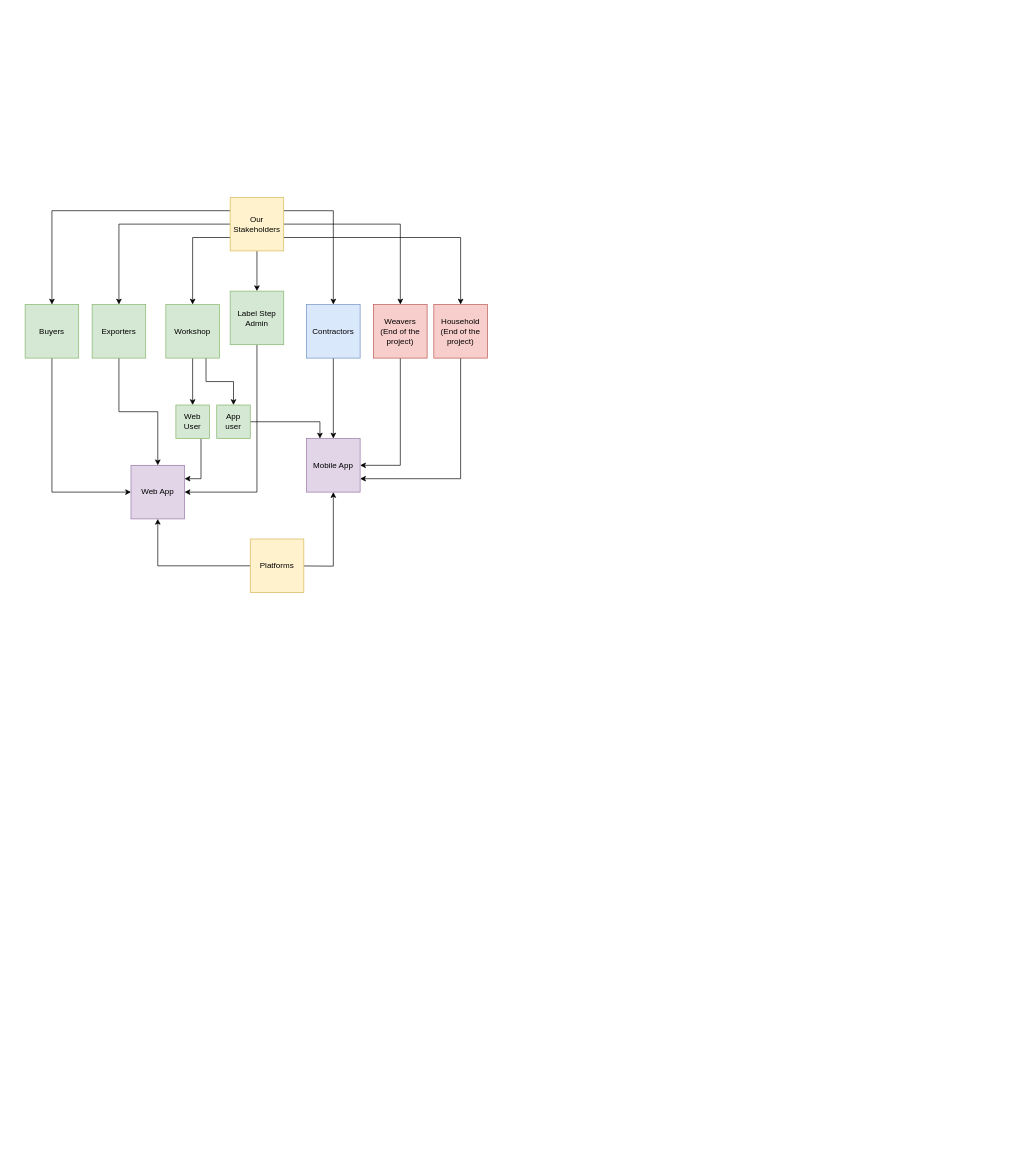
Earlier version of the draw.io diagram Untitled Diagram.drawio (SurajMazar/docker-files). Source tidied: cells renumbered, new cells numbered last; positions are measured from the earlier drawing's top-left corner, leaving out a move shared by most shapes. Both pictures are drawn from the tidied source at 67%, with x=0, y=0 at pixel (25, 197).
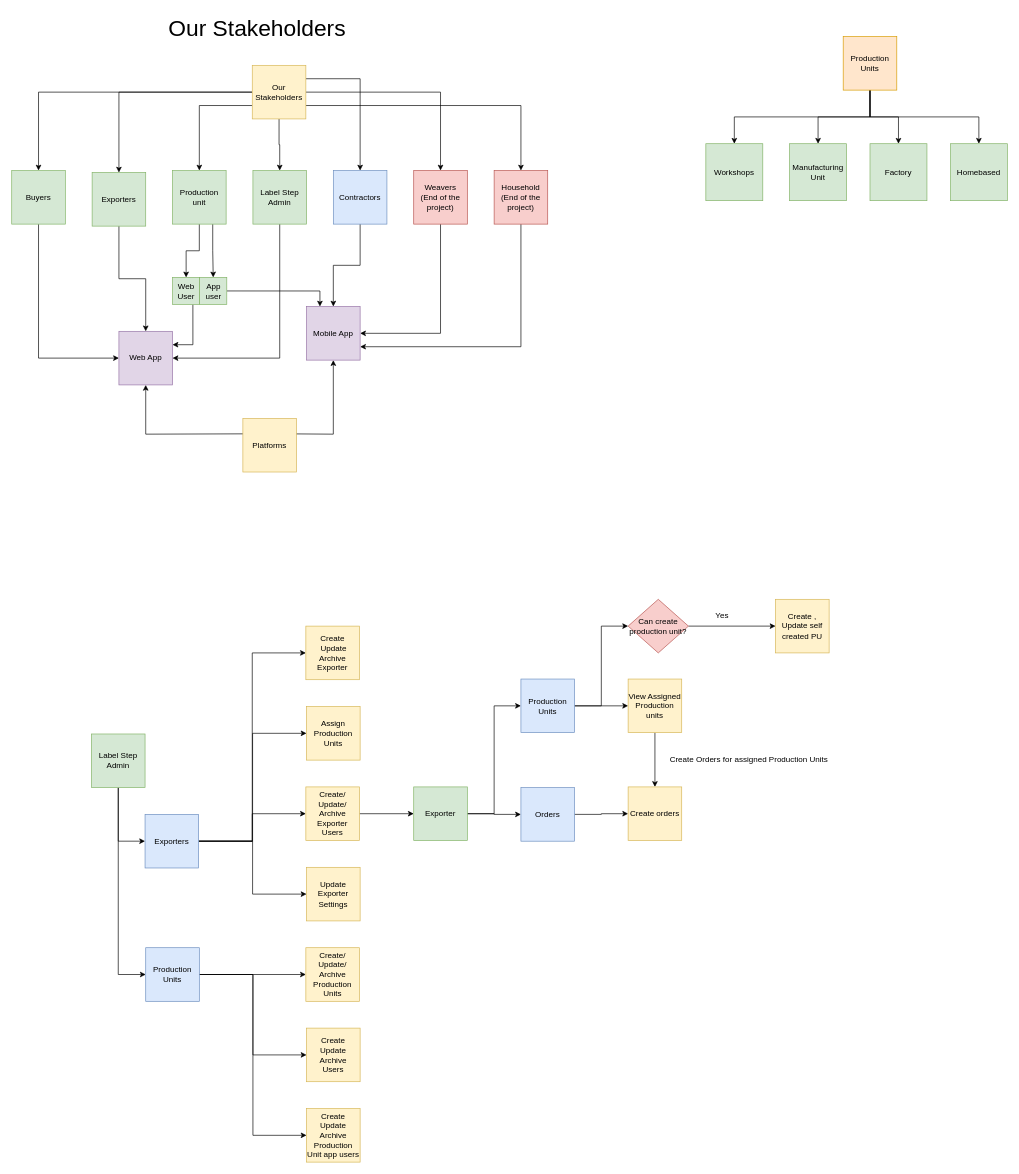
The same page after the edit.

What changed in the source:
```diff
@@
-    <mxCell id="8" style="edgeStyle=orthogonalEdgeStyle;rounded=0;jettySize=auto;html=1;exitX=0;exitY=0.25;exitDx=0;exitDy=0;entryX=0.5;entryY=0;entryDx=0;entryDy=0;" parent="1" edge="1" source="9" target="11">
+    <mxCell id="8" style="edgeStyle=orthogonalEdgeStyle;rounded=0;jettySize=auto;html=1;exitX=0;exitY=0.5;exitDx=0;exitDy=0;entryX=0.5;entryY=0;entryDx=0;entryDy=0;" parent="1" edge="1" source="9" target="11">
       <mxGeometry relative="1" as="geometry" />
     </mxCell>
     <mxCell id="9" value="Our Stakeholders" style="whiteSpace=wrap;html=1;fillColor=#fff2cc;strokeColor=#d6b656;" parent="1" vertex="1">
-      <mxGeometry x="306" width="80" height="80" as="geometry" />
+      <mxGeometry x="339" y="-197" width="80" height="80" as="geometry" />
     </mxCell>
@@
     <mxCell id="11" value="Buyers" style="whiteSpace=wrap;html=1;fillColor=#d5e8d4;strokeColor=#82b366;" parent="1" vertex="1">
-      <mxGeometry y="160" width="80" height="80" as="geometry" />
+      <mxGeometry x="-20" y="-40" width="80" height="80" as="geometry" />
     </mxCell>
@@
     <mxCell id="13" value="Exporters" style="whiteSpace=wrap;html=1;fillColor=#d5e8d4;strokeColor=#82b366;" parent="1" vertex="1">
-      <mxGeometry x="100" y="160" width="80" height="80" as="geometry" />
+      <mxGeometry x="100" y="-37" width="80" height="80" as="geometry" />
     </mxCell>
@@
-    <mxCell id="16" value="Workshop" style="whiteSpace=wrap;html=1;fillColor=#d5e8d4;strokeColor=#82b366;" parent="1" vertex="1">
-      <mxGeometry x="210" y="160" width="80" height="80" as="geometry" />
+    <mxCell id="16" value="Production unit " style="whiteSpace=wrap;html=1;fillColor=#d5e8d4;strokeColor=#82b366;" parent="1" vertex="1">
+      <mxGeometry x="220" y="-40" width="80" height="80" as="geometry" />
     </mxCell>
@@
     <mxCell id="18" value="&lt;div&gt;Weavers&lt;/div&gt;(End of the project)" style="whiteSpace=wrap;html=1;fillColor=#f8cecc;strokeColor=#b85450;" parent="1" vertex="1">
-      <mxGeometry x="520" y="160" width="80" height="80" as="geometry" />
+      <mxGeometry x="580" y="-40" width="80" height="80" as="geometry" />
     </mxCell>
@@
     <mxCell id="20" value="Label Step Admin" style="whiteSpace=wrap;html=1;fillColor=#d5e8d4;strokeColor=#82b366;" parent="1" vertex="1">
-      <mxGeometry x="306" y="140" width="80" height="80" as="geometry" />
+      <mxGeometry x="340" y="-40" width="80" height="80" as="geometry" />
     </mxCell>
@@
     <mxCell id="22" value="Contractors" style="whiteSpace=wrap;html=1;fillColor=#dae8fc;strokeColor=#6c8ebf;" parent="1" vertex="1">
-      <mxGeometry x="420" y="160" width="80" height="80" as="geometry" />
+      <mxGeometry x="460" y="-40" width="80" height="80" as="geometry" />
     </mxCell>
@@
     <mxCell id="24" value="&lt;div&gt;Household&lt;/div&gt;(End of the project)" style="whiteSpace=wrap;html=1;fillColor=#f8cecc;strokeColor=#b85450;" parent="1" vertex="1">
-      <mxGeometry x="610" y="160" width="80" height="80" as="geometry" />
+      <mxGeometry x="700" y="-40" width="80" height="80" as="geometry" />
     </mxCell>
     <mxCell id="25" style="edgeStyle=orthogonalEdgeStyle;rounded=0;jettySize=auto;html=1;exitX=1;exitY=0.5;exitDx=0;exitDy=0;" parent="1" edge="1" target="29">
       <mxGeometry relative="1" as="geometry">
-        <mxPoint x="386" y="550" as="sourcePoint" />
+        <mxPoint x="386" y="353" as="sourcePoint" />
       </mxGeometry>
     </mxCell>
-    <mxCell id="26" style="edgeStyle=orthogonalEdgeStyle;rounded=0;jettySize=auto;html=1;exitX=0;exitY=0.5;exitDx=0;exitDy=0;" parent="1" edge="1" source="27" target="28">
-      <mxGeometry relative="1" as="geometry" />
+    <mxCell id="26" style="edgeStyle=orthogonalEdgeStyle;rounded=0;jettySize=auto;html=1;exitX=0;exitY=0.5;exitDx=0;exitDy=0;" parent="1" edge="1" target="28">
+      <mxGeometry relative="1" as="geometry">
+        <mxPoint x="336" y="353" as="sourcePoint" />
+      </mxGeometry>
     </mxCell>
     <mxCell id="27" value="Platforms" style="whiteSpace=wrap;html=1;fillColor=#fff2cc;strokeColor=#d6b656;" parent="1" vertex="1">
-      <mxGeometry x="336" y="510" width="80" height="80" as="geometry" />
+      <mxGeometry x="325" y="330" width="80" height="80" as="geometry" />
     </mxCell>
     <mxCell id="28" value="Web App" style="whiteSpace=wrap;html=1;fillColor=#e1d5e7;strokeColor=#9673a6;" parent="1" vertex="1">
-      <mxGeometry x="158" y="400" width="80" height="80" as="geometry" />
+      <mxGeometry x="140" y="200" width="80" height="80" as="geometry" />
     </mxCell>
     <mxCell id="29" value="Mobile App" style="whiteSpace=wrap;html=1;fillColor=#e1d5e7;strokeColor=#9673a6;" parent="1" vertex="1">
-      <mxGeometry x="420" y="360" width="80" height="80" as="geometry" />
+      <mxGeometry x="420" y="163" width="80" height="80" as="geometry" />
     </mxCell>
@@
     <mxCell id="31" value="Web User" style="whiteSpace=wrap;html=1;fillColor=#d5e8d4;strokeColor=#82b366;" parent="1" vertex="1">
-      <mxGeometry x="225" y="310" width="50" height="50" as="geometry" />
+      <mxGeometry x="220" y="119.5" width="40.5" height="40.5" as="geometry" />
     </mxCell>
@@
     <mxCell id="33" value="&lt;div&gt;App &lt;br&gt;&lt;/div&gt;&lt;div&gt;user&lt;/div&gt;" style="whiteSpace=wrap;html=1;fillColor=#d5e8d4;strokeColor=#82b366;" parent="1" vertex="1">
-      <mxGeometry x="286" y="310" width="50" height="50" as="geometry" />
+      <mxGeometry x="260.5" y="119.5" width="40.5" height="40.5" as="geometry" />
     </mxCell>
+    <mxCell id="34" style="edgeStyle=orthogonalEdgeStyle;rounded=0;jettySize=auto;html=1;exitX=0.5;exitY=1;exitDx=0;exitDy=0;entryX=0;entryY=0.5;entryDx=0;entryDy=0;" parent="1" edge="1" source="36" target="41">
+      <mxGeometry relative="1" as="geometry" />
+    </mxCell>
+    <mxCell id="35" style="edgeStyle=orthogonalEdgeStyle;rounded=0;jettySize=auto;html=1;exitX=0.5;exitY=1;exitDx=0;exitDy=0;entryX=0;entryY=0.5;entryDx=0;entryDy=0;" parent="1" edge="1" source="36" target="45">
+      <mxGeometry relative="1" as="geometry" />
+    </mxCell>
+    <mxCell id="36" value="Label Step Admin" style="whiteSpace=wrap;html=1;fillColor=#d5e8d4;strokeColor=#82b366;" parent="1" vertex="1">
+      <mxGeometry x="99" y="801" width="80" height="80" as="geometry" />
+    </mxCell>
+    <mxCell id="37" style="edgeStyle=orthogonalEdgeStyle;rounded=0;jettySize=auto;html=1;entryX=0;entryY=0.5;entryDx=0;entryDy=0;" parent="1" edge="1" source="41" target="46">
+      <mxGeometry relative="1" as="geometry" />
+    </mxCell>
+    <mxCell id="38" style="edgeStyle=orthogonalEdgeStyle;rounded=0;jettySize=auto;html=1;exitX=1;exitY=0.5;exitDx=0;exitDy=0;entryX=0;entryY=0.5;entryDx=0;entryDy=0;" parent="1" edge="1" source="41" target="47">
+      <mxGeometry relative="1" as="geometry" />
+    </mxCell>
+    <mxCell id="39" style="edgeStyle=orthogonalEdgeStyle;rounded=0;jettySize=auto;html=1;exitX=1;exitY=0.5;exitDx=0;exitDy=0;" parent="1" edge="1" source="41" target="49">
+      <mxGeometry relative="1" as="geometry" />
+    </mxCell>
+    <mxCell id="40" style="edgeStyle=orthogonalEdgeStyle;rounded=0;jettySize=auto;html=1;exitX=1;exitY=0.5;exitDx=0;exitDy=0;" parent="1" edge="1" source="41" target="59">
+      <mxGeometry relative="1" as="geometry" />
+    </mxCell>
+    <mxCell id="41" value="Exporters" style="whiteSpace=wrap;html=1;fillColor=#dae8fc;strokeColor=#6c8ebf;" parent="1" vertex="1">
+      <mxGeometry x="179" y="921" width="80" height="80" as="geometry" />
+    </mxCell>
+    <mxCell id="42" style="edgeStyle=orthogonalEdgeStyle;rounded=0;jettySize=auto;html=1;exitX=1;exitY=0.5;exitDx=0;exitDy=0;entryX=0;entryY=0.5;entryDx=0;entryDy=0;" parent="1" edge="1" source="45" target="50">
+      <mxGeometry relative="1" as="geometry" />
+    </mxCell>
+    <mxCell id="43" style="edgeStyle=orthogonalEdgeStyle;rounded=0;jettySize=auto;html=1;exitX=1;exitY=0.5;exitDx=0;exitDy=0;entryX=0;entryY=0.5;entryDx=0;entryDy=0;" parent="1" edge="1" source="45" target="51">
+      <mxGeometry relative="1" as="geometry" />
+    </mxCell>
+    <mxCell id="44" style="edgeStyle=orthogonalEdgeStyle;rounded=0;jettySize=auto;html=1;exitX=1;exitY=0.5;exitDx=0;exitDy=0;entryX=0;entryY=0.5;entryDx=0;entryDy=0;" parent="1" edge="1" source="45" target="52">
+      <mxGeometry relative="1" as="geometry" />
+    </mxCell>
+    <mxCell id="45" value="Production Units" style="whiteSpace=wrap;html=1;fillColor=#dae8fc;strokeColor=#6c8ebf;" parent="1" vertex="1">
+      <mxGeometry x="180" y="1120" width="80" height="80" as="geometry" />
+    </mxCell>
+    <mxCell id="46" value="&lt;div&gt;Create&lt;/div&gt;&lt;div&gt;&amp;nbsp;Update&lt;/div&gt;&lt;div&gt;Archive Exporter&lt;/div&gt;" style="whiteSpace=wrap;html=1;fillColor=#fff2cc;strokeColor=#d6b656;" parent="1" vertex="1">
+      <mxGeometry x="419" y="640" width="80" height="80" as="geometry" />
+    </mxCell>
+    <mxCell id="47" value="Assign Production Units" style="whiteSpace=wrap;html=1;fillColor=#fff2cc;strokeColor=#d6b656;" parent="1" vertex="1">
+      <mxGeometry x="420" y="760" width="80" height="80" as="geometry" />
+    </mxCell>
+    <mxCell id="48" style="edgeStyle=orthogonalEdgeStyle;rounded=0;jettySize=auto;html=1;exitX=1;exitY=0.5;exitDx=0;exitDy=0;entryX=0;entryY=0.5;entryDx=0;entryDy=0;" parent="1" edge="1" source="49" target="55">
+      <mxGeometry relative="1" as="geometry" />
+    </mxCell>
+    <mxCell id="49" value="Create/ Update/ Archive Exporter Users" style="whiteSpace=wrap;html=1;fillColor=#fff2cc;strokeColor=#d6b656;" parent="1" vertex="1">
+      <mxGeometry x="419" y="880" width="80" height="80" as="geometry" />
+    </mxCell>
+    <mxCell id="50" value="Create/ Update/ Archive Production Units" style="whiteSpace=wrap;html=1;fillColor=#fff2cc;strokeColor=#d6b656;" parent="1" vertex="1">
+      <mxGeometry x="419" y="1120" width="80" height="80" as="geometry" />
+    </mxCell>
+    <mxCell id="51" value="&lt;div&gt;Create&lt;/div&gt;&lt;div&gt;Update&lt;/div&gt;&lt;div&gt;Archive&lt;/div&gt;&lt;div&gt;Users&lt;br&gt;&lt;/div&gt;" style="whiteSpace=wrap;html=1;fillColor=#fff2cc;strokeColor=#d6b656;" parent="1" vertex="1">
+      <mxGeometry x="420" y="1240" width="80" height="80" as="geometry" />
+    </mxCell>
+    <mxCell id="52" value="&lt;div&gt;Create&lt;/div&gt;&lt;div&gt;Update&lt;/div&gt;&lt;div&gt;Archive&lt;/div&gt;&lt;div&gt;Production Unit app users&lt;br&gt;&lt;/div&gt;" style="whiteSpace=wrap;html=1;fillColor=#fff2cc;strokeColor=#d6b656;" parent="1" vertex="1">
+      <mxGeometry x="420" y="1360" width="80" height="80" as="geometry" />
+    </mxCell>
+    <mxCell id="53" style="edgeStyle=orthogonalEdgeStyle;rounded=0;jettySize=auto;html=1;exitX=1;exitY=0.5;exitDx=0;exitDy=0;entryX=0;entryY=0.5;entryDx=0;entryDy=0;" parent="1" edge="1" source="55" target="58">
+      <mxGeometry relative="1" as="geometry" />
+    </mxCell>
+    <mxCell id="54" style="edgeStyle=orthogonalEdgeStyle;rounded=0;jettySize=auto;html=1;exitX=1;exitY=0.5;exitDx=0;exitDy=0;entryX=0;entryY=0.5;entryDx=0;entryDy=0;" parent="1" edge="1" source="55" target="77">
+      <mxGeometry relative="1" as="geometry" />
+    </mxCell>
+    <mxCell id="55" value="Exporter" style="whiteSpace=wrap;html=1;fillColor=#d5e8d4;strokeColor=#82b366;" parent="1" vertex="1">
+      <mxGeometry x="580" y="880" width="80" height="80" as="geometry" />
+    </mxCell>
+    <mxCell id="56" style="edgeStyle=orthogonalEdgeStyle;rounded=0;jettySize=auto;html=1;exitX=1;exitY=0.5;exitDx=0;exitDy=0;entryX=0;entryY=0.5;entryDx=0;entryDy=0;" parent="1" edge="1" source="58" target="61">
+      <mxGeometry relative="1" as="geometry" />
+    </mxCell>
+    <mxCell id="57" style="edgeStyle=orthogonalEdgeStyle;rounded=0;jettySize=auto;html=1;exitX=1;exitY=0.5;exitDx=0;exitDy=0;entryX=0;entryY=0.5;entryDx=0;entryDy=0;" parent="1" edge="1" source="58" target="73">
+      <mxGeometry relative="1" as="geometry" />
+    </mxCell>
+    <mxCell id="58" value="Production Units" style="whiteSpace=wrap;html=1;fillColor=#dae8fc;strokeColor=#6c8ebf;" parent="1" vertex="1">
+      <mxGeometry x="740" y="719" width="80" height="80" as="geometry" />
+    </mxCell>
+    <mxCell id="59" value="Update Exporter Settings" style="whiteSpace=wrap;html=1;fillColor=#fff2cc;strokeColor=#d6b656;" parent="1" vertex="1">
+      <mxGeometry x="420" y="1000" width="80" height="80" as="geometry" />
+    </mxCell>
+    <mxCell id="60" style="edgeStyle=orthogonalEdgeStyle;rounded=0;jettySize=auto;html=1;exitX=0.5;exitY=1;exitDx=0;exitDy=0;entryX=0.5;entryY=0;entryDx=0;entryDy=0;" parent="1" edge="1" source="61" target="78">
+      <mxGeometry relative="1" as="geometry" />
+    </mxCell>
+    <mxCell id="61" value="View Assigned Production units" style="whiteSpace=wrap;html=1;fillColor=#fff2cc;strokeColor=#d6b656;" parent="1" vertex="1">
+      <mxGeometry x="900" y="719" width="80" height="80" as="geometry" />
+    </mxCell>
+    <mxCell id="62" value="&lt;font style=&quot;font-size: 34px;&quot;&gt;Our Stakeholders&lt;/font&gt;" style="text;html=1;align=center;verticalAlign=middle;strokeColor=none;fillColor=none;" parent="1" vertex="1">
+      <mxGeometry x="201" y="-277" width="290" height="50" as="geometry" />
+    </mxCell>
+    <mxCell id="63" style="edgeStyle=orthogonalEdgeStyle;rounded=0;jettySize=auto;html=1;exitX=0.5;exitY=1;exitDx=0;exitDy=0;" parent="1" edge="1" source="67" target="68">
+      <mxGeometry relative="1" as="geometry" />
+    </mxCell>
+    <mxCell id="64" style="edgeStyle=orthogonalEdgeStyle;rounded=0;jettySize=auto;html=1;exitX=0.5;exitY=1;exitDx=0;exitDy=0;entryX=0.5;entryY=0;entryDx=0;entryDy=0;" parent="1" edge="1" source="67" target="69">
+      <mxGeometry relative="1" as="geometry" />
+    </mxCell>
+    <mxCell id="65" style="edgeStyle=orthogonalEdgeStyle;rounded=0;jettySize=auto;html=1;exitX=0.5;exitY=1;exitDx=0;exitDy=0;entryX=0.5;entryY=0;entryDx=0;entryDy=0;" parent="1" edge="1" source="67" target="70">
+      <mxGeometry relative="1" as="geometry" />
+    </mxCell>
+    <mxCell id="66" style="edgeStyle=orthogonalEdgeStyle;rounded=0;jettySize=auto;html=1;exitX=0.5;exitY=1;exitDx=0;exitDy=0;entryX=0.5;entryY=0;entryDx=0;entryDy=0;" parent="1" edge="1" source="67" target="71">
+      <mxGeometry relative="1" as="geometry" />
+    </mxCell>
+    <mxCell id="67" value="Production Units" style="whiteSpace=wrap;html=1;fillColor=#ffe6cc;strokeColor=#d79b00;" parent="1" vertex="1">
+      <mxGeometry x="1221" y="-240" width="80" height="80" as="geometry" />
+    </mxCell>
+    <mxCell id="68" value="Workshops" style="whiteSpace=wrap;html=1;fillColor=#d5e8d4;strokeColor=#82b366;" parent="1" vertex="1">
+      <mxGeometry x="1016" y="-80" width="85" height="85" as="geometry" />
+    </mxCell>
+    <mxCell id="69" value="Manufacturing Unit" style="whiteSpace=wrap;html=1;fillColor=#d5e8d4;strokeColor=#82b366;" parent="1" vertex="1">
+      <mxGeometry x="1141" y="-80" width="85" height="85" as="geometry" />
+    </mxCell>
+    <mxCell id="70" value="Factory" style="whiteSpace=wrap;html=1;fillColor=#d5e8d4;strokeColor=#82b366;" parent="1" vertex="1">
+      <mxGeometry x="1261" y="-80" width="85" height="85" as="geometry" />
+    </mxCell>
+    <mxCell id="71" value="Homebased" style="whiteSpace=wrap;html=1;fillColor=#d5e8d4;strokeColor=#82b366;" parent="1" vertex="1">
+      <mxGeometry x="1381" y="-80" width="85" height="85" as="geometry" />
+    </mxCell>
+    <mxCell id="72" style="edgeStyle=orthogonalEdgeStyle;rounded=0;jettySize=auto;html=1;exitX=1;exitY=0.5;exitDx=0;exitDy=0;entryX=0;entryY=0.5;entryDx=0;entryDy=0;" parent="1" edge="1" source="73" target="74">
+      <mxGeometry relative="1" as="geometry" />
+    </mxCell>
+    <mxCell id="73" value="&lt;div&gt;Can create &lt;br&gt;&lt;/div&gt;&lt;div&gt;production unit?&lt;/div&gt;" style="rhombus;whiteSpace=wrap;html=1;fillColor=#f8cecc;strokeColor=#b85450;" parent="1" vertex="1">
+      <mxGeometry x="900" y="600" width="90" height="80" as="geometry" />
+    </mxCell>
+    <mxCell id="74" value="&lt;div&gt;Create ,&lt;/div&gt;&lt;div&gt;Update self created PU&lt;br&gt;&lt;/div&gt;" style="whiteSpace=wrap;html=1;fillColor=#fff2cc;strokeColor=#d6b656;" parent="1" vertex="1">
+      <mxGeometry x="1120" y="600" width="80" height="80" as="geometry" />
+    </mxCell>
+    <mxCell id="75" value="Yes" style="text;html=1;align=center;verticalAlign=middle;strokeColor=none;fillColor=none;" parent="1" vertex="1">
+      <mxGeometry x="1020" y="610" width="40" height="30" as="geometry" />
+    </mxCell>
+    <mxCell id="76" style="edgeStyle=orthogonalEdgeStyle;rounded=0;jettySize=auto;html=1;exitX=1;exitY=0.5;exitDx=0;exitDy=0;entryX=0;entryY=0.5;entryDx=0;entryDy=0;" parent="1" edge="1" source="77" target="78">
+      <mxGeometry relative="1" as="geometry" />
+    </mxCell>
+    <mxCell id="77" value="Orders" style="whiteSpace=wrap;html=1;fillColor=#dae8fc;strokeColor=#6c8ebf;" parent="1" vertex="1">
+      <mxGeometry x="740" y="881" width="80" height="80" as="geometry" />
+    </mxCell>
+    <mxCell id="78" value="Create orders" style="whiteSpace=wrap;html=1;fillColor=#fff2cc;strokeColor=#d6b656;" parent="1" vertex="1">
+      <mxGeometry x="900" y="880" width="80" height="80" as="geometry" />
+    </mxCell>
+    <mxCell id="79" value="Create Orders for assigned Production Units" style="text;html=1;align=center;verticalAlign=middle;strokeColor=none;fillColor=none;" parent="1" vertex="1">
+      <mxGeometry x="950" y="825" width="260" height="30" as="geometry" />
+    </mxCell>
```
